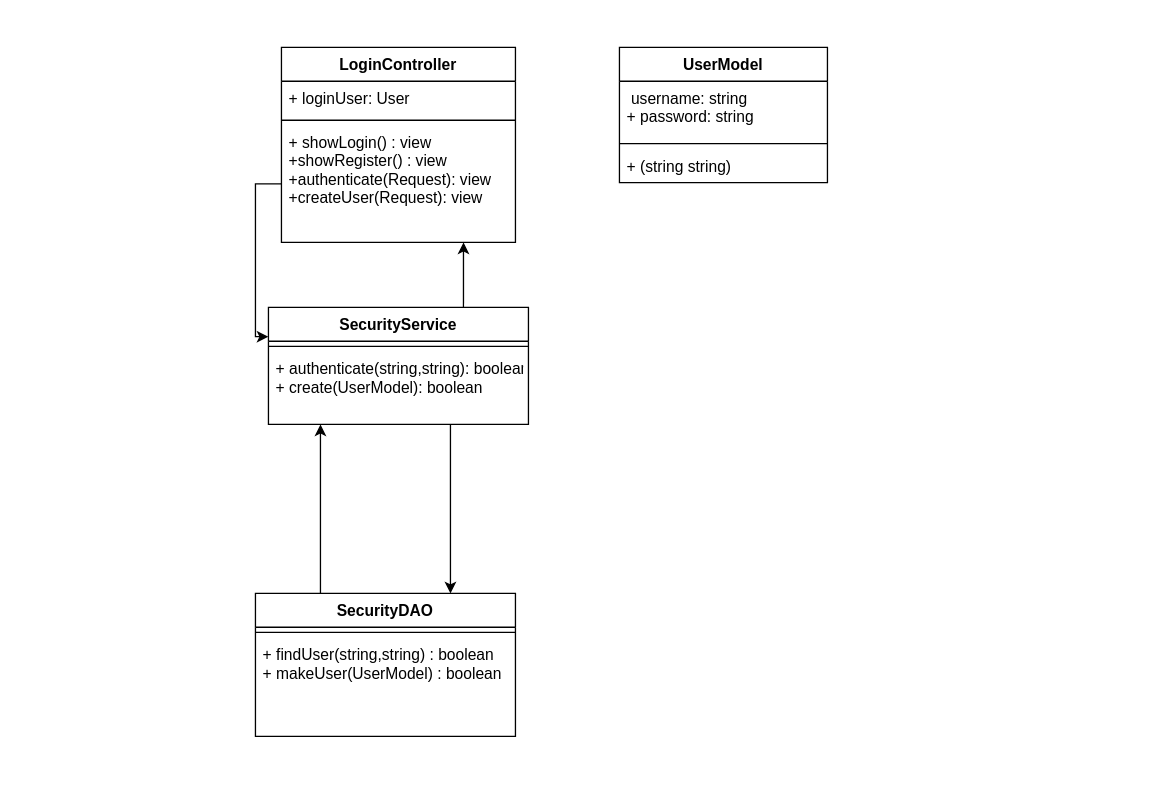
Before: Documentation/Diagrams/UML.drawio in RSteinebrunner/LaravelProject, a draw.io diagram. Source tidied: cells renumbered, new cells numbered last; positions are measured from the earlier drawing's top-left corner, leaving out a move shared by most shapes. Both pictures are drawn from the tidied source at 130%, with x=0, y=0 at pixel (255, 47).
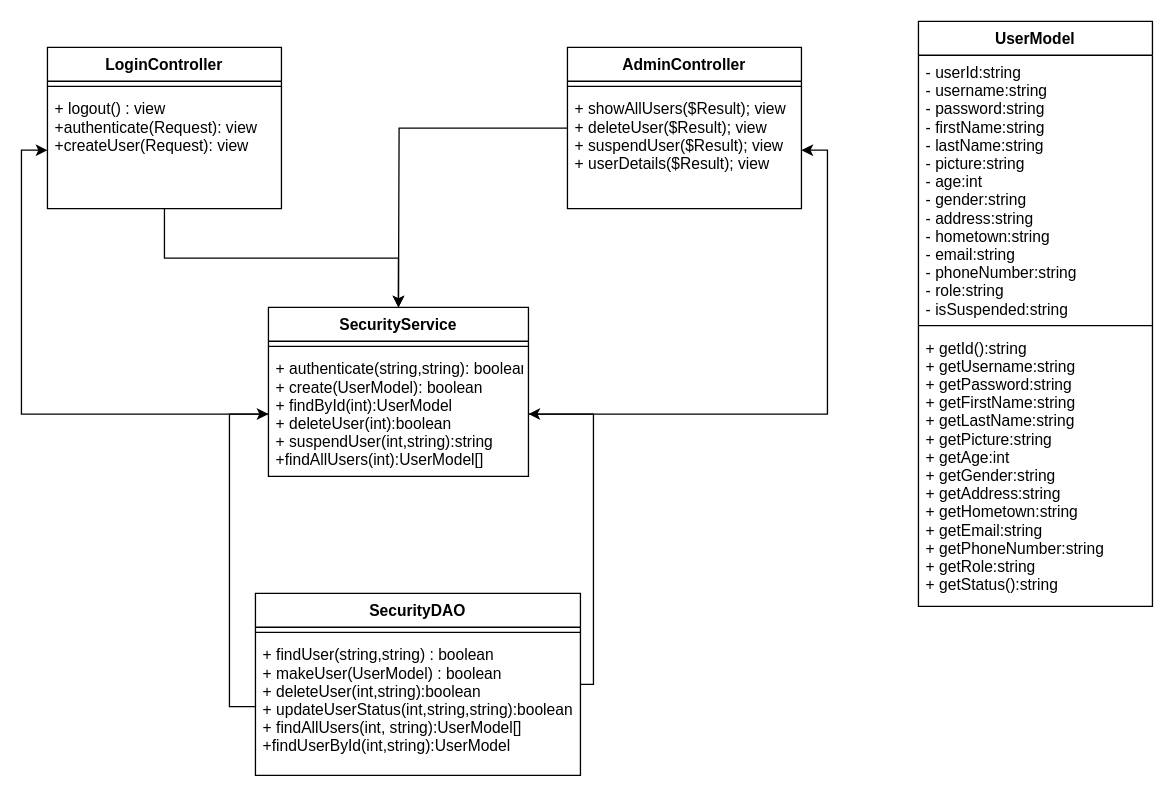
Above is the later version.

What changed in the source:
```diff
@@
-    <mxCell id="2" style="edgeStyle=orthogonalEdgeStyle;rounded=0;jettySize=auto;html=1;entryX=0.75;entryY=0;entryDx=0;entryDy=0;" parent="1" edge="1" target="16">
-      <mxGeometry relative="1" as="geometry">
-        <mxPoint x="150" y="291" as="sourcePoint" />
-        <Array as="points">
-          <mxPoint x="150" y="290" />
-        </Array>
-      </mxGeometry>
-    </mxCell>
-    <mxCell id="3" style="edgeStyle=orthogonalEdgeStyle;rounded=0;jettySize=auto;html=1;exitX=0.75;exitY=0;exitDx=0;exitDy=0;entryX=0.778;entryY=1;entryDx=0;entryDy=0;entryPerimeter=0;" parent="1" edge="1" source="4" target="14">
-      <mxGeometry relative="1" as="geometry" />
-    </mxCell>
     <mxCell id="4" value="SecurityService" style="swimlane;fontStyle=1;align=center;verticalAlign=top;horizontal=1;startSize=26;" parent="1" vertex="1">
-      <mxGeometry x="10" y="200" width="200" height="90" as="geometry" />
+      <mxGeometry x="10" y="200" width="200" height="130" as="geometry" />
     </mxCell>
@@
-    <mxCell id="6" value="+ authenticate(string,string): boolean&#10;+ create(UserModel): boolean" style="text;strokeColor=none;fillColor=none;align=left;verticalAlign=top;spacingLeft=4;spacingRight=4;overflow=hidden;points=[[0,0.5],[1,0.5]];portConstraint=eastwest;" parent="4" vertex="1">
-      <mxGeometry y="34" width="200" height="56" as="geometry" />
+    <mxCell id="6" value="+ authenticate(string,string): boolean&#10;+ create(UserModel): boolean&#10;+ findById(int):UserModel&#10;+ deleteUser(int):boolean&#10;+ suspendUser(int,string):string&#10;+findAllUsers(int):UserModel[]" style="text;strokeColor=none;fillColor=none;align=left;verticalAlign=top;spacingLeft=4;spacingRight=4;overflow=hidden;points=[[0,0.5],[1,0.5]];portConstraint=eastwest;" parent="4" vertex="1">
+      <mxGeometry y="34" width="200" height="96" as="geometry" />
     </mxCell>
     <mxCell id="7" value="UserModel" style="swimlane;fontStyle=1;align=center;verticalAlign=top;horizontal=1;startSize=26;" parent="1" vertex="1">
-      <mxGeometry x="280" width="160" height="104" as="geometry" />
+      <mxGeometry x="510" y="-20" width="180" height="450" as="geometry" />
     </mxCell>
-    <mxCell id="8" value=" username: string&#10;+ password: string&#10;" style="text;strokeColor=none;fillColor=none;align=left;verticalAlign=top;spacingLeft=4;spacingRight=4;overflow=hidden;" parent="7" vertex="1">
-      <mxGeometry y="26" width="160" height="44" as="geometry" />
+    <mxCell id="8" value="- userId:string&#10;- username:string&#10;- password:string&#10;- firstName:string&#10;- lastName:string&#10;- picture:string&#10;- age:int&#10;- gender:string&#10;- address:string&#10;- hometown:string&#10;- email:string&#10;- phoneNumber:string&#10;- role:string&#10;- isSuspended:string" style="text;strokeColor=none;fillColor=none;align=left;verticalAlign=top;spacingLeft=4;spacingRight=4;overflow=hidden;" parent="7" vertex="1">
+      <mxGeometry y="26" width="180" height="204" as="geometry" />
     </mxCell>
     <mxCell id="9" style="line;strokeWidth=1;fillColor=none;align=left;verticalAlign=middle;spacingTop=-1;spacingLeft=3;spacingRight=3;labelPosition=right;" parent="7" vertex="1">
-      <mxGeometry y="70" width="160" height="8" as="geometry" />
+      <mxGeometry y="230" width="180" height="8" as="geometry" />
     </mxCell>
-    <mxCell id="10" value="+ (string string)" style="text;strokeColor=none;fillColor=none;align=left;verticalAlign=top;spacingLeft=4;spacingRight=4;overflow=hidden;" parent="7" vertex="1">
-      <mxGeometry y="78" width="160" height="26" as="geometry" />
+    <mxCell id="10" value="+ getId():string&#10;+ getUsername:string&#10;+ getPassword:string&#10;+ getFirstName:string&#10;+ getLastName:string&#10;+ getPicture:string&#10;+ getAge:int&#10;+ getGender:string&#10;+ getAddress:string&#10;+ getHometown:string&#10;+ getEmail:string&#10;+ getPhoneNumber:string&#10;+ getRole:string&#10;+ getStatus():string" style="text;strokeColor=none;fillColor=none;align=left;verticalAlign=top;spacingLeft=4;spacingRight=4;overflow=hidden;" parent="7" vertex="1">
+      <mxGeometry y="238" width="180" height="212" as="geometry" />
     </mxCell>
+    <mxCell id="20" style="edgeStyle=orthogonalEdgeStyle;rounded=0;jettySize=auto;html=1;entryX=0.5;entryY=0;entryDx=0;entryDy=0;" parent="1" edge="1" source="11" target="4">
+      <mxGeometry relative="1" as="geometry" />
+    </mxCell>
     <mxCell id="11" value="LoginController" style="swimlane;fontStyle=1;align=center;verticalAlign=top;horizontal=1;startSize=26;" parent="1" vertex="1">
-      <mxGeometry x="20" width="180" height="150" as="geometry" />
+      <mxGeometry x="-160" width="180" height="124" as="geometry" />
     </mxCell>
-    <mxCell id="12" value="+ loginUser: User" style="text;strokeColor=none;fillColor=none;align=left;verticalAlign=top;spacingLeft=4;spacingRight=4;overflow=hidden;" parent="11" vertex="1">
-      <mxGeometry y="26" width="180" height="26" as="geometry" />
-    </mxCell>
     <mxCell id="13" style="line;strokeWidth=1;fillColor=none;align=left;verticalAlign=middle;spacingTop=-1;spacingLeft=3;spacingRight=3;labelPosition=right;" parent="11" vertex="1">
-      <mxGeometry y="52" width="180" height="8" as="geometry" />
+      <mxGeometry y="26" width="180" height="8" as="geometry" />
     </mxCell>
-    <mxCell id="14" value="+ showLogin() : view&#10;+showRegister() : view&#10;+authenticate(Request): view&#10;+createUser(Request): view" style="text;strokeColor=none;fillColor=none;align=left;verticalAlign=top;spacingLeft=4;spacingRight=4;overflow=hidden;points=[[0,0.5],[1,0.5]];portConstraint=eastwest;" parent="11" vertex="1">
-      <mxGeometry y="60" width="180" height="90" as="geometry" />
+    <mxCell id="14" value="+ logout() : view&#10;+authenticate(Request): view&#10;+createUser(Request): view" style="text;strokeColor=none;fillColor=none;align=left;verticalAlign=top;spacingLeft=4;spacingRight=4;overflow=hidden;points=[[0,0.5],[1,0.5]];portConstraint=eastwest;" parent="11" vertex="1">
+      <mxGeometry y="34" width="180" height="90" as="geometry" />
     </mxCell>
+    <mxCell id="21" style="edgeStyle=orthogonalEdgeStyle;rounded=0;jettySize=auto;html=1;exitX=0;exitY=0.5;exitDx=0;exitDy=0;entryX=0;entryY=0.5;entryDx=0;entryDy=0;" parent="1" edge="1" source="18" target="6">
+      <mxGeometry relative="1" as="geometry">
+        <Array as="points">
+          <mxPoint x="-20" y="507" />
+          <mxPoint x="-20" y="282" />
+        </Array>
+      </mxGeometry>
+    </mxCell>
-    <mxCell id="15" style="edgeStyle=orthogonalEdgeStyle;rounded=0;jettySize=auto;html=1;exitX=0.25;exitY=0;exitDx=0;exitDy=0;entryX=0.2;entryY=1;entryDx=0;entryDy=0;entryPerimeter=0;" parent="1" edge="1" source="16" target="6">
-      <mxGeometry relative="1" as="geometry" />
+    <mxCell id="15" style="edgeStyle=orthogonalEdgeStyle;rounded=0;jettySize=auto;html=1;" parent="1" edge="1" source="16" target="6">
+      <mxGeometry relative="1" as="geometry">
+        <Array as="points">
+          <mxPoint x="260" y="490" />
+          <mxPoint x="260" y="282" />
+        </Array>
+      </mxGeometry>
     </mxCell>
     <mxCell id="16" value="SecurityDAO" style="swimlane;fontStyle=1;align=center;verticalAlign=top;horizontal=1;startSize=26;" parent="1" vertex="1">
-      <mxGeometry y="420" width="200" height="110" as="geometry" />
+      <mxGeometry y="420" width="250" height="140" as="geometry" />
     </mxCell>
     <mxCell id="17" style="line;strokeWidth=1;fillColor=none;align=left;verticalAlign=middle;spacingTop=-1;spacingLeft=3;spacingRight=3;labelPosition=right;" parent="16" vertex="1">
-      <mxGeometry y="26" width="200" height="8" as="geometry" />
+      <mxGeometry y="26" width="250" height="8" as="geometry" />
     </mxCell>
-    <mxCell id="18" value="+ findUser(string,string) : boolean&#10;+ makeUser(UserModel) : boolean" style="text;strokeColor=none;fillColor=none;align=left;verticalAlign=top;spacingLeft=4;spacingRight=4;overflow=hidden;points=[[0,0.5],[1,0.5]];portConstraint=eastwest;" parent="16" vertex="1">
-      <mxGeometry y="34" width="200" height="76" as="geometry" />
+    <mxCell id="18" value="+ findUser(string,string) : boolean&#10;+ makeUser(UserModel) : boolean&#10;+ deleteUser(int,string):boolean&#10;+ updateUserStatus(int,string,string):boolean&#10;+ findAllUsers(int, string):UserModel[]&#10;+findUserById(int,string):UserModel" style="text;strokeColor=none;fillColor=none;align=left;verticalAlign=top;spacingLeft=4;spacingRight=4;overflow=hidden;points=[[0,0.5],[1,0.5]];portConstraint=eastwest;" parent="16" vertex="1">
+      <mxGeometry y="34" width="250" height="106" as="geometry" />
     </mxCell>
-    <mxCell id="19" style="edgeStyle=orthogonalEdgeStyle;rounded=0;jettySize=auto;html=1;entryX=0;entryY=0.25;entryDx=0;entryDy=0;" parent="1" edge="1" source="14" target="4">
-      <mxGeometry relative="1" as="geometry" />
-    </mxCell>
+    <mxCell id="22" style="edgeStyle=orthogonalEdgeStyle;rounded=0;jettySize=auto;html=1;" parent="1" edge="1" source="23">
+      <mxGeometry relative="1" as="geometry">
+        <mxPoint x="110" y="200" as="targetPoint" />
+      </mxGeometry>
+    </mxCell>
+    <mxCell id="23" value="AdminController" style="swimlane;fontStyle=1;align=center;verticalAlign=top;horizontal=1;startSize=26;" parent="1" vertex="1">
+      <mxGeometry x="240" width="180" height="124" as="geometry" />
+    </mxCell>
+    <mxCell id="24" style="line;strokeWidth=1;fillColor=none;align=left;verticalAlign=middle;spacingTop=-1;spacingLeft=3;spacingRight=3;labelPosition=right;" parent="23" vertex="1">
+      <mxGeometry y="26" width="180" height="8" as="geometry" />
+    </mxCell>
+    <mxCell id="25" value="+ showAllUsers($Result); view&#10;+ deleteUser($Result); view&#10;+ suspendUser($Result); view&#10;+ userDetails($Result); view&#10;" style="text;strokeColor=none;fillColor=none;align=left;verticalAlign=top;spacingLeft=4;spacingRight=4;overflow=hidden;points=[[0,0.5],[1,0.5]];portConstraint=eastwest;" parent="23" vertex="1">
+      <mxGeometry y="34" width="180" height="90" as="geometry" />
+    </mxCell>
+    <mxCell id="26" style="edgeStyle=orthogonalEdgeStyle;rounded=0;jettySize=auto;html=1;entryX=0;entryY=0.5;entryDx=0;entryDy=0;" parent="1" edge="1" source="6" target="14">
+      <mxGeometry relative="1" as="geometry" />
+    </mxCell>
+    <mxCell id="27" style="edgeStyle=orthogonalEdgeStyle;rounded=0;jettySize=auto;html=1;entryX=1;entryY=0.5;entryDx=0;entryDy=0;" parent="1" edge="1" source="6" target="25">
+      <mxGeometry relative="1" as="geometry" />
+    </mxCell>
```
